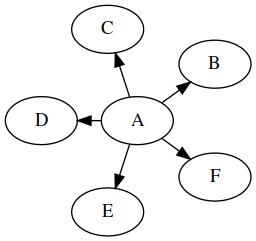
Earlier version of the Graphviz export Software/GraphViz/diagram008.png (testitquickly/bystro.linux). Its source is kept beside it as Software/GraphViz/diagram008.dot. Its diagram source:
```dot
digraph G {
    layout=twopi;

	A -> B;
	A -> C;
	A -> D;
	A -> E;
	A -> F;
}
```
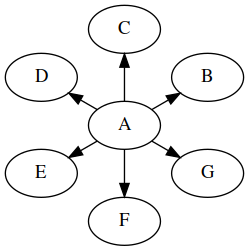
Above is the later version.

Commit message:
GraphViz — исправил ошибки в диаграммах

The edit, as a diff of the source:
```diff
@@ -1,9 +1,10 @@
 digraph G {
     layout=twopi;
 
-	A -> B;
+    A -> B;
 	A -> C;
 	A -> D;
 	A -> E;
 	A -> F;
+	A -> G;
 }
```
